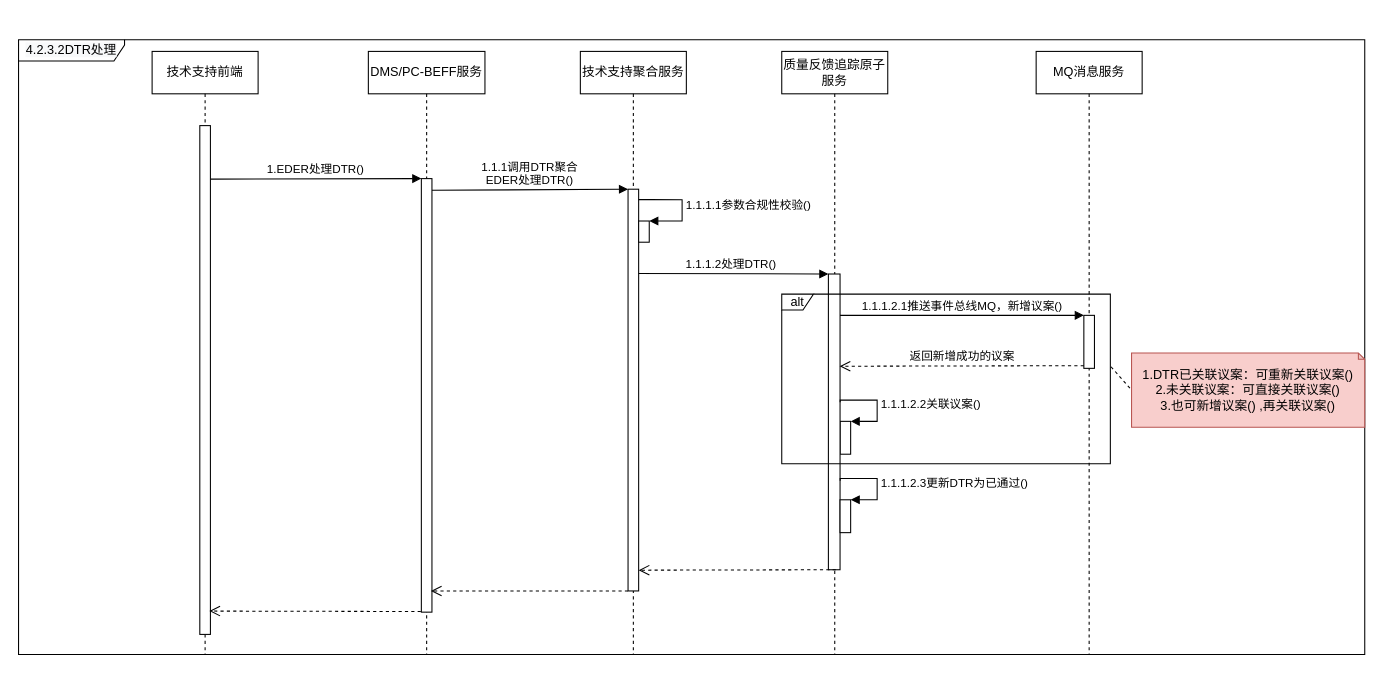
The draw.io diagram page "DTR行为设计-处理" (6 of 6) of images/DTR时序图.drawio in 1132489442/designer, before the edit. Source tidied: cells renumbered, new cells numbered last; positions are measured from the earlier drawing's top-left corner, leaving out a move shared by most shapes. Both pictures are drawn from the tidied source at 106%, with x=0, y=0 at pixel (18, 39).
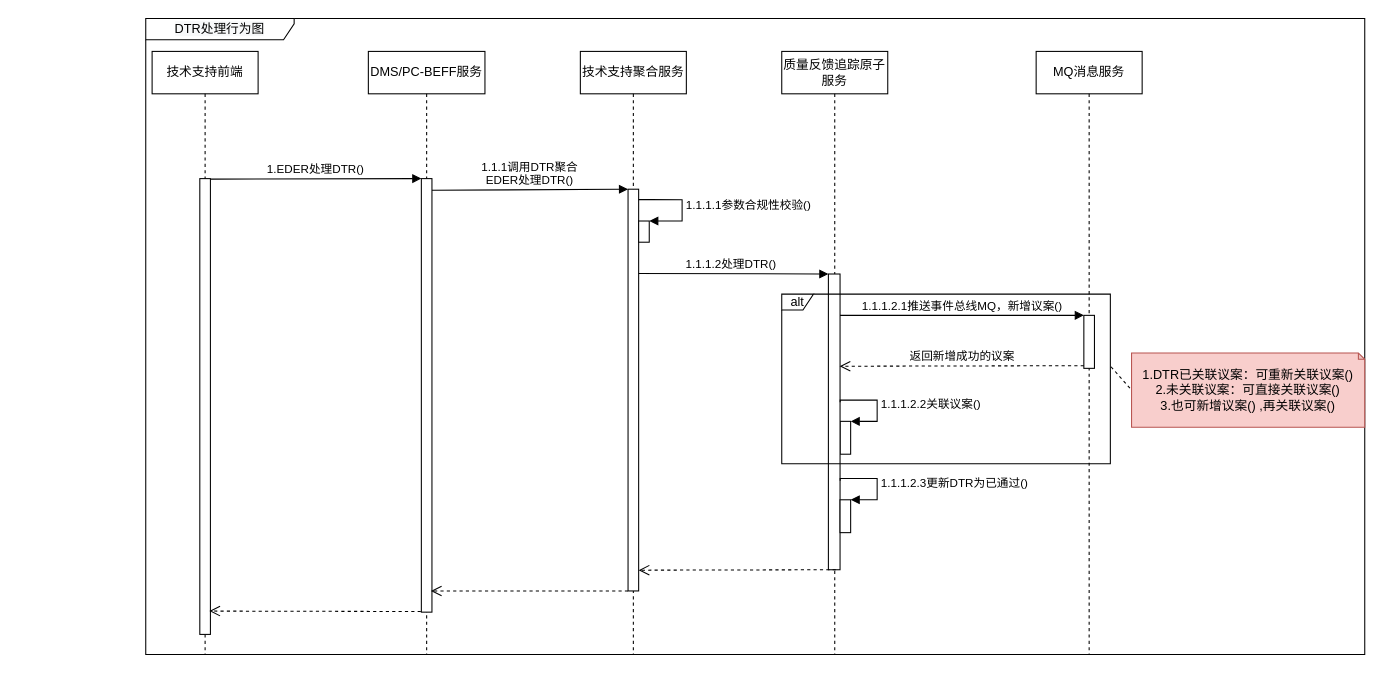
The same page after the edit.

The change refers to these unchanged cells:
```xml
<mxCell id="6" value="技术支持前端" style="shape=umlLifeline;perimeter=lifelinePerimeter;whiteSpace=wrap;html=1;" parent="1" vertex="1">
  <mxGeometry x="126" y="11" width="100" height="569" as="geometry" />
</mxCell>
```

What changed in the source:
```diff
@@
-    <mxCell id="2" value="&lt;span style=&quot;background-color: rgb(248 , 249 , 250)&quot;&gt;4.2.3.2DTR处理&lt;/span&gt;" style="shape=umlFrame;whiteSpace=wrap;html=1;width=100;height=20;" parent="1" vertex="1">
-      <mxGeometry width="1270" height="580" as="geometry" />
+    <mxCell id="2" value="&lt;span style=&quot;background-color: rgb(248 , 249 , 250)&quot;&gt;DTR处理行为图&lt;/span&gt;" style="shape=umlFrame;whiteSpace=wrap;html=1;width=140;height=20;" parent="1" vertex="1">
+      <mxGeometry x="120" y="-20" width="1150" height="600" as="geometry" />
     </mxCell>
@@
     <mxCell id="7" style="html=1;perimeter=orthogonalPerimeter;" parent="6" vertex="1">
-      <mxGeometry x="45" y="70" width="10" height="480" as="geometry" />
+      <mxGeometry x="45" y="120" width="10" height="430" as="geometry" />
     </mxCell>
```
